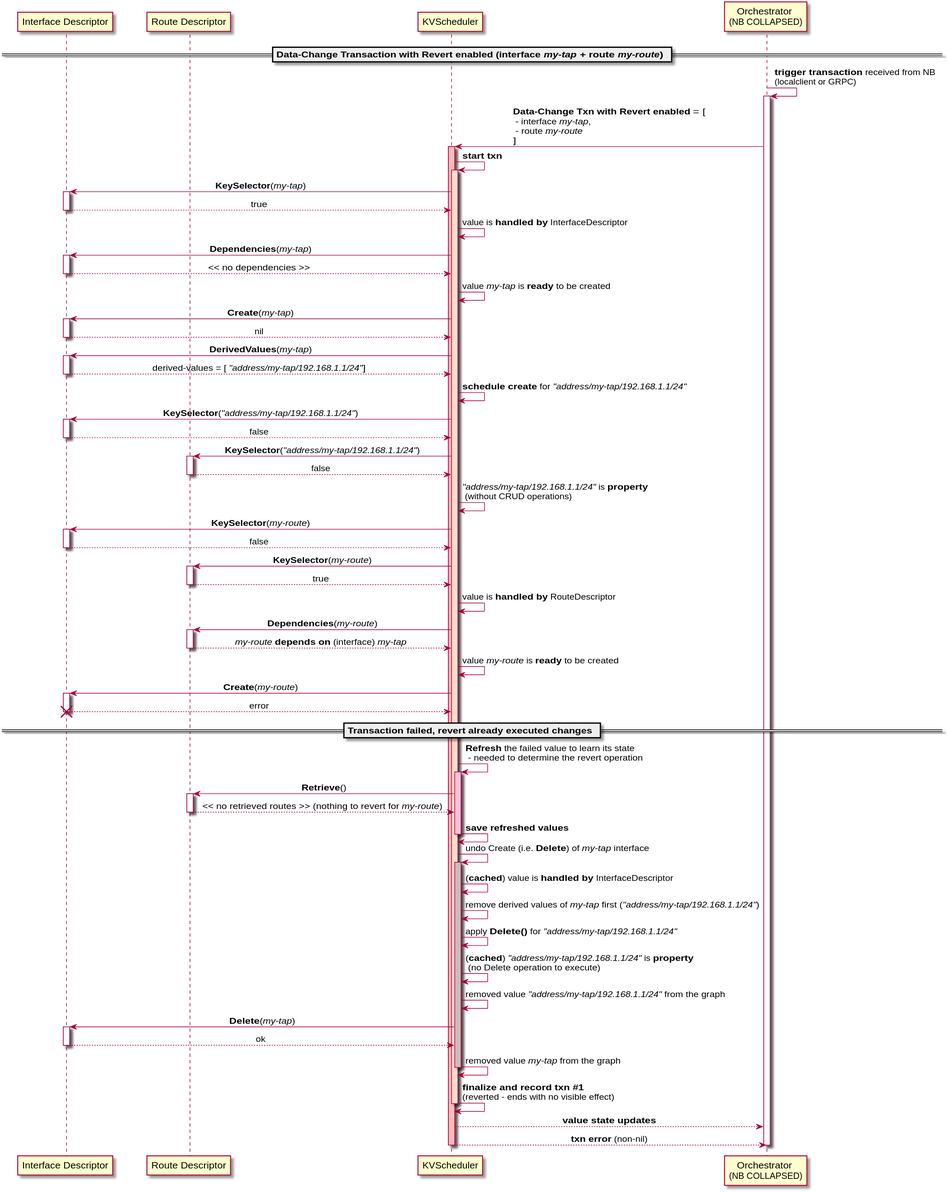
This is docs/kvscheduler/cfd/uml/interface_and_route_with_revert.svg from ligato/vpp-agent, a PlantUML export, as it was before one commit. Source of this version:
```plantuml
@startuml

skinparam ParticipantPadding 20
skinparam BoxPadding 10
skinparam SequenceMessageAlign center

participant ID as "Interface Descriptor"
participant RD as "Route Descriptor"
participant KVS as "KVScheduler"
participant ORCH as "Orchestrator \n(NB COLLAPSED)"

== Data-Change Transaction with Revert enabled (interface //my-tap// + route //my-route//) ==

ORCH -> ORCH: **trigger transaction** received from NB \n(localclient or GRPC)
activate ORCH
ORCH -> KVS: **Data-Change Txn with Revert enabled** = [\l - interface //my-tap//, \l - route //my-route// \l]
activate KVS  #FFBBBB

KVS -> KVS: **start txn**
 activate KVS  #FFDDCC
  KVS -> ID: **KeySelector**(//my-tap//)
   activate ID
    ID --> KVS: true
   deactivate ID
  KVS -> KVS: value is **handled by** InterfaceDescriptor
  KVS -> ID: **Dependencies**(//my-tap//)
   activate ID
    ID --> KVS: << no dependencies >>
   deactivate ID
  KVS -> KVS: value //my-tap// is **ready** to be created
  KVS -> ID: **Create**(//my-tap//)
  activate ID
   ID --> KVS: nil
  deactivate ID

  KVS -> ID: **DerivedValues**(//my-tap//)
   activate ID
    ID --> KVS: derived-values = [ //"address/my-tap/192.168.1.1/24"//]
   deactivate ID
   KVS -> KVS: **schedule create** for //"address/my-tap/192.168.1.1/24"//
   KVS -> ID: **KeySelector**(//"address/my-tap/192.168.1.1/24"//)
   activate ID
    ID --> KVS: false
   deactivate ID
   KVS -> RD: **KeySelector**(//"address/my-tap/192.168.1.1/24"//)
   activate RD
    RD --> KVS: false
   deactivate RD
  KVS -> KVS: //"address/my-tap/192.168.1.1/24"// is **property** \n (without CRUD operations)

  KVS -> ID: **KeySelector**(//my-route//)
   activate ID
    ID --> KVS: false
   deactivate ID
  KVS -> RD: **KeySelector**(//my-route//)
   activate RD
    RD --> KVS: true
   deactivate RD
  KVS -> KVS: value is **handled by** RouteDescriptor
  KVS -> RD: **Dependencies**(//my-route//)
   activate RD
    RD --> KVS: //my-route// **depends on** (interface) //my-tap//
   deactivate RD
  KVS -> KVS: value //my-route// is **ready** to be created

  KVS -> ID: **Create**(//my-route//)
   activate ID
    ID --> KVS: error
   destroy ID

== Transaction failed, revert already executed changes ==

  KVS -> KVS: **Refresh** the failed value to learn its state \n - needed to determine the revert operation
   activate KVS  #FFBFDD
    KVS -> RD: **Retrieve**()
     activate RD
      RD --> KVS: << no retrieved routes >> (nothing to revert for //my-route//)
     deactivate RD
    KVS -> KVS: **save refreshed values**
   deactivate KVS

  KVS -> KVS: undo Create (i.e. **Delete**) of //my-tap// interface
   activate KVS #CCBBBB
    KVS -> KVS: (**cached**) value is **handled by** InterfaceDescriptor
    KVS -> KVS: remove derived values of //my-tap// first (//"address/my-tap/192.168.1.1/24"//)
    KVS -> KVS: apply **Delete()** for //"address/my-tap/192.168.1.1/24"//
    KVS -> KVS: (**cached**) //"address/my-tap/192.168.1.1/24"// is **property** \n (no Delete operation to execute)
    KVS -> KVS: removed value //"address/my-tap/192.168.1.1/24"// from the graph
    KVS -> ID: **Delete**(//my-tap//)
     activate ID
      ID --> KVS: ok
     deactivate ID
    KVS -> KVS: removed value //my-tap// from the graph
   deactivate KVS

  KVS -> KVS: **finalize and record txn #1** \n(reverted - ends with no visible effect)
 deactivate KVS
KVS --> ORCH: **value state updates**
KVS --> ORCH: **txn error** (non-nil)
deactivate KVS
deactivate ORCH

@enduml
```
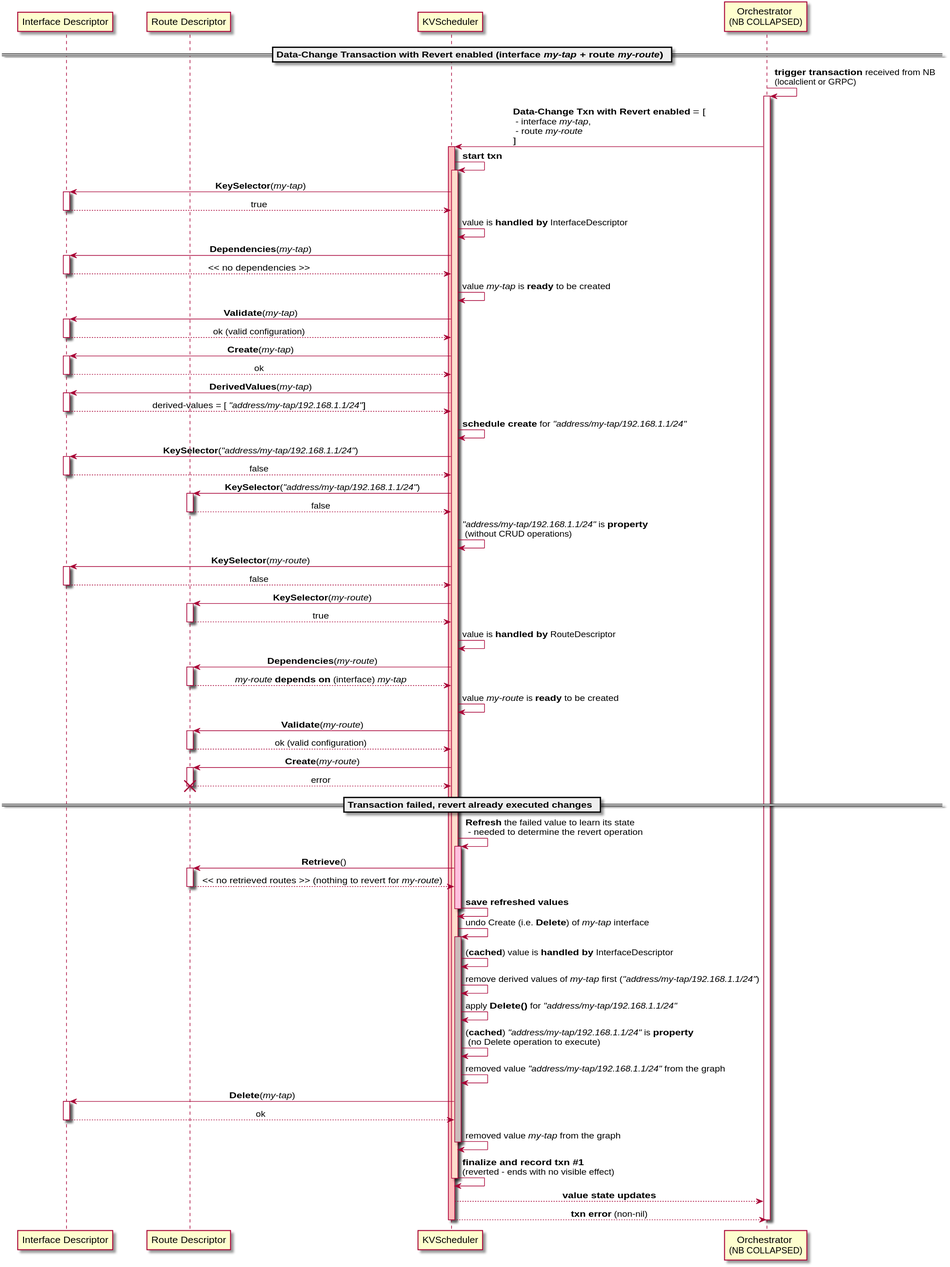
After the change.

Change to the diagram source:
```diff
@@ -28,9 +28,13 @@
     ID --> KVS: << no dependencies >>
    deactivate ID
   KVS -> KVS: value //my-tap// is **ready** to be created
+  KVS -> ID: **Validate**(//my-tap//)
+  activate ID
+   ID --> KVS: ok (valid configuration)
+  deactivate ID
   KVS -> ID: **Create**(//my-tap//)
   activate ID
-   ID --> KVS: nil
+   ID --> KVS: ok
   deactivate ID
 
   KVS -> ID: **DerivedValues**(//my-tap//)
@@ -63,10 +67,14 @@
    deactivate RD
   KVS -> KVS: value //my-route// is **ready** to be created
 
-  KVS -> ID: **Create**(//my-route//)
-   activate ID
-    ID --> KVS: error
-   destroy ID
+  KVS -> RD: **Validate**(//my-route//)
+   activate RD
+    RD --> KVS: ok (valid configuration)
+   deactivate RD
+  KVS -> RD: **Create**(//my-route//)
+   activate RD
+    RD --> KVS: error
+   destroy RD
 
 == Transaction failed, revert already executed changes ==
 
```
